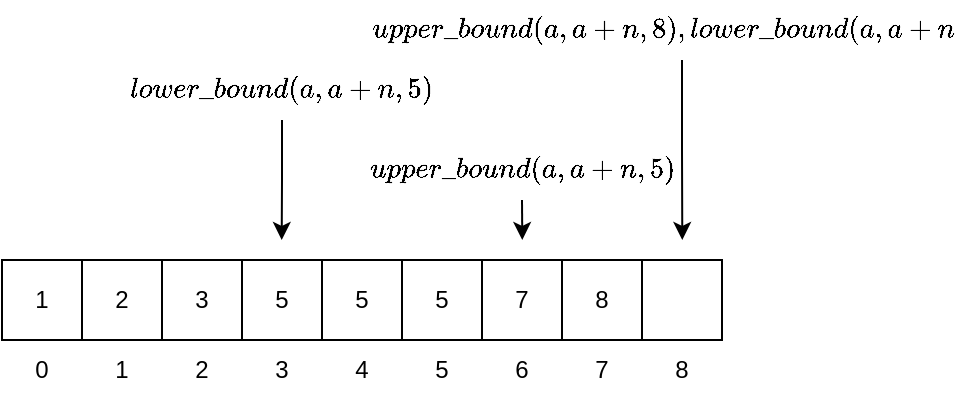
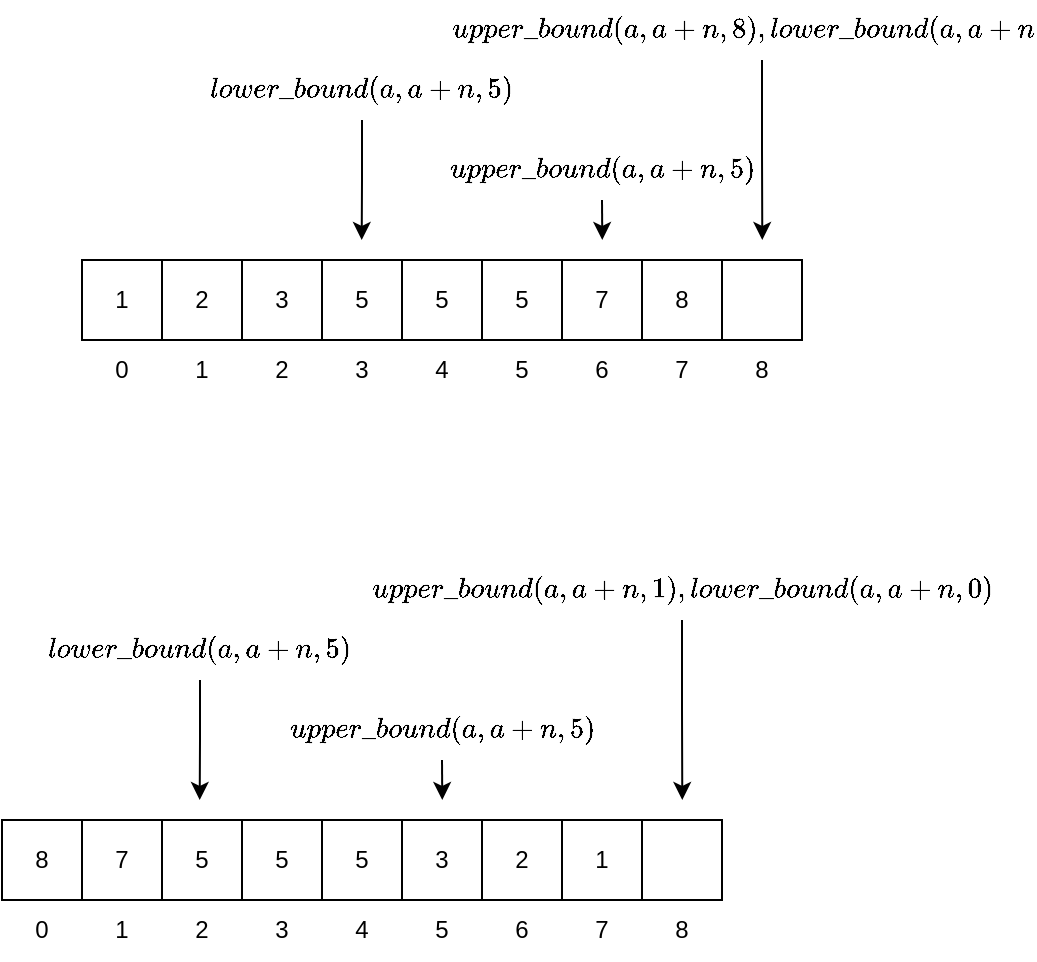
<mxfile host="app.diagrams.net">
  <diagram name="第 1 页" id="_5hdSH4rgQcke_z0tQup">
-     <mxGraphModel dx="710" dy="853" grid="0" gridSize="10" guides="1" tooltips="1" connect="1" arrows="1" fold="1" page="0" pageScale="1" pageWidth="827" pageHeight="1169" math="1" shadow="0">
+     <mxGraphModel dx="870" dy="853" grid="0" gridSize="10" guides="1" tooltips="1" connect="1" arrows="1" fold="1" page="0" pageScale="1" pageWidth="827" pageHeight="1169" math="1" shadow="0">
      <root>
        <mxCell id="0" />
        <mxCell id="1" parent="0" />
        <mxCell id="iw1IDKRM0u61SAizau9K-1" parent="1" style="rounded=0;whiteSpace=wrap;html=1;" value="1" vertex="1">
          <mxGeometry height="40" width="40" x="240" y="120" as="geometry" />
        </mxCell>
        <mxCell id="iw1IDKRM0u61SAizau9K-2" parent="1" style="rounded=0;whiteSpace=wrap;html=1;" value="2" vertex="1">
          <mxGeometry height="40" width="40" x="280" y="120" as="geometry" />
        </mxCell>
        <mxCell id="iw1IDKRM0u61SAizau9K-3" parent="1" style="rounded=0;whiteSpace=wrap;html=1;" value="3" vertex="1">
          <mxGeometry height="40" width="40" x="320" y="120" as="geometry" />
        </mxCell>
        <mxCell id="iw1IDKRM0u61SAizau9K-4" parent="1" style="rounded=0;whiteSpace=wrap;html=1;" value="5" vertex="1">
          <mxGeometry height="40" width="40" x="360" y="120" as="geometry" />
        </mxCell>
        <mxCell id="iw1IDKRM0u61SAizau9K-5" parent="1" style="rounded=0;whiteSpace=wrap;html=1;" value="5" vertex="1">
          <mxGeometry height="40" width="40" x="400" y="120" as="geometry" />
        </mxCell>
        <mxCell id="iw1IDKRM0u61SAizau9K-6" parent="1" style="rounded=0;whiteSpace=wrap;html=1;" value="5" vertex="1">
          <mxGeometry height="40" width="40" x="440" y="120" as="geometry" />
        </mxCell>
        <mxCell id="iw1IDKRM0u61SAizau9K-7" parent="1" style="rounded=0;whiteSpace=wrap;html=1;" value="7" vertex="1">
          <mxGeometry height="40" width="40" x="480" y="120" as="geometry" />
        </mxCell>
        <mxCell id="iw1IDKRM0u61SAizau9K-8" parent="1" style="rounded=0;whiteSpace=wrap;html=1;" value="8" vertex="1">
          <mxGeometry height="40" width="40" x="520" y="120" as="geometry" />
        </mxCell>
        <mxCell id="iw1IDKRM0u61SAizau9K-11" parent="1" style="text;html=1;whiteSpace=wrap;strokeColor=none;fillColor=none;align=center;verticalAlign=middle;rounded=0;" value="0" vertex="1">
          <mxGeometry height="30" width="40" x="240" y="160" as="geometry" />
        </mxCell>
        <mxCell id="iw1IDKRM0u61SAizau9K-12" parent="1" style="text;html=1;whiteSpace=wrap;strokeColor=none;fillColor=none;align=center;verticalAlign=middle;rounded=0;" value="1" vertex="1">
          <mxGeometry height="30" width="40" x="280" y="160" as="geometry" />
        </mxCell>
        <mxCell id="iw1IDKRM0u61SAizau9K-13" parent="1" style="text;html=1;whiteSpace=wrap;strokeColor=none;fillColor=none;align=center;verticalAlign=middle;rounded=0;" value="2" vertex="1">
          <mxGeometry height="30" width="40" x="320" y="160" as="geometry" />
        </mxCell>
        <mxCell id="iw1IDKRM0u61SAizau9K-14" parent="1" style="text;html=1;whiteSpace=wrap;strokeColor=none;fillColor=none;align=center;verticalAlign=middle;rounded=0;" value="3" vertex="1">
          <mxGeometry height="30" width="40" x="360" y="160" as="geometry" />
        </mxCell>
        <mxCell id="iw1IDKRM0u61SAizau9K-15" parent="1" style="text;html=1;whiteSpace=wrap;strokeColor=none;fillColor=none;align=center;verticalAlign=middle;rounded=0;" value="4" vertex="1">
          <mxGeometry height="30" width="40" x="400" y="160" as="geometry" />
        </mxCell>
        <mxCell id="iw1IDKRM0u61SAizau9K-16" parent="1" style="text;html=1;whiteSpace=wrap;strokeColor=none;fillColor=none;align=center;verticalAlign=middle;rounded=0;" value="5" vertex="1">
          <mxGeometry height="30" width="40" x="440" y="160" as="geometry" />
        </mxCell>
        <mxCell id="iw1IDKRM0u61SAizau9K-17" parent="1" style="text;html=1;whiteSpace=wrap;strokeColor=none;fillColor=none;align=center;verticalAlign=middle;rounded=0;" value="6" vertex="1">
          <mxGeometry height="30" width="40" x="480" y="160" as="geometry" />
        </mxCell>
        <mxCell id="iw1IDKRM0u61SAizau9K-18" parent="1" style="text;html=1;whiteSpace=wrap;strokeColor=none;fillColor=none;align=center;verticalAlign=middle;rounded=0;" value="7" vertex="1">
          <mxGeometry height="30" width="40" x="520" y="160" as="geometry" />
        </mxCell>
        <mxCell id="iw1IDKRM0u61SAizau9K-19" parent="1" style="whiteSpace=wrap;html=1;" value="" vertex="1">
          <mxGeometry height="40" width="40" x="560" y="120" as="geometry" />
        </mxCell>
        <mxCell id="iw1IDKRM0u61SAizau9K-20" parent="1" style="text;html=1;whiteSpace=wrap;strokeColor=none;fillColor=none;align=center;verticalAlign=middle;rounded=0;" value="8" vertex="1">
          <mxGeometry height="30" width="40" x="560" y="160" as="geometry" />
        </mxCell>
        <mxCell id="iw1IDKRM0u61SAizau9K-26" edge="1" parent="1" source="iw1IDKRM0u61SAizau9K-22" style="edgeStyle=orthogonalEdgeStyle;rounded=0;orthogonalLoop=1;jettySize=auto;html=1;exitX=0.5;exitY=1;exitDx=0;exitDy=0;">
          <mxGeometry relative="1" as="geometry">
            <mxPoint x="379.8571428571429" y="110" as="targetPoint" />
          </mxGeometry>
        </mxCell>
        <mxCell id="iw1IDKRM0u61SAizau9K-22" parent="1" style="text;html=1;whiteSpace=wrap;strokeColor=none;fillColor=none;align=center;verticalAlign=middle;rounded=0;" value="$$lower\_bound(a,a+n,5)$$" vertex="1">
          <mxGeometry height="30" width="60" x="350" y="20" as="geometry" />
        </mxCell>
        <mxCell id="iw1IDKRM0u61SAizau9K-27" edge="1" parent="1" source="iw1IDKRM0u61SAizau9K-24" style="edgeStyle=orthogonalEdgeStyle;rounded=0;orthogonalLoop=1;jettySize=auto;html=1;exitX=0.5;exitY=1;exitDx=0;exitDy=0;">
          <mxGeometry relative="1" as="geometry">
            <mxPoint x="500.1428571428571" y="110" as="targetPoint" />
          </mxGeometry>
        </mxCell>
        <mxCell id="iw1IDKRM0u61SAizau9K-24" parent="1" style="text;html=1;whiteSpace=wrap;strokeColor=none;fillColor=none;align=center;verticalAlign=middle;rounded=0;" value="$$upper\_bound(a,a+n,5)$$" vertex="1">
          <mxGeometry height="30" width="60" x="470" y="60" as="geometry" />
        </mxCell>
        <mxCell id="iw1IDKRM0u61SAizau9K-31" edge="1" parent="1" source="iw1IDKRM0u61SAizau9K-28" style="edgeStyle=orthogonalEdgeStyle;rounded=0;orthogonalLoop=1;jettySize=auto;html=1;exitX=0.5;exitY=1;exitDx=0;exitDy=0;">
          <mxGeometry relative="1" as="geometry">
            <mxPoint x="580.1428571428571" y="110" as="targetPoint" />
          </mxGeometry>
        </mxCell>
        <mxCell id="iw1IDKRM0u61SAizau9K-28" parent="1" style="text;html=1;whiteSpace=wrap;strokeColor=none;fillColor=none;align=center;verticalAlign=middle;rounded=0;" value="$$upper\_bound(a,a+n,8),lower\_bound(a,a+n,9)$$" vertex="1">
          <mxGeometry height="30" width="60" x="550" y="-10" as="geometry" />
        </mxCell>
+         <mxCell id="rlXgDd7cchW0hK7_V12z-1" parent="1" style="rounded=0;whiteSpace=wrap;html=1;" value="8" vertex="1">
+           <mxGeometry height="40" width="40" x="200" y="400" as="geometry" />
+         </mxCell>
+         <mxCell id="rlXgDd7cchW0hK7_V12z-2" parent="1" style="rounded=0;whiteSpace=wrap;html=1;" value="7" vertex="1">
+           <mxGeometry height="40" width="40" x="240" y="400" as="geometry" />
+         </mxCell>
+         <mxCell id="rlXgDd7cchW0hK7_V12z-3" parent="1" style="rounded=0;whiteSpace=wrap;html=1;" value="5" vertex="1">
+           <mxGeometry height="40" width="40" x="280" y="400" as="geometry" />
+         </mxCell>
+         <mxCell id="rlXgDd7cchW0hK7_V12z-4" parent="1" style="rounded=0;whiteSpace=wrap;html=1;" value="5" vertex="1">
+           <mxGeometry height="40" width="40" x="320" y="400" as="geometry" />
+         </mxCell>
+         <mxCell id="rlXgDd7cchW0hK7_V12z-5" parent="1" style="rounded=0;whiteSpace=wrap;html=1;" value="5" vertex="1">
+           <mxGeometry height="40" width="40" x="360" y="400" as="geometry" />
+         </mxCell>
+         <mxCell id="rlXgDd7cchW0hK7_V12z-6" parent="1" style="rounded=0;whiteSpace=wrap;html=1;" value="3" vertex="1">
+           <mxGeometry height="40" width="40" x="400" y="400" as="geometry" />
+         </mxCell>
+         <mxCell id="rlXgDd7cchW0hK7_V12z-7" parent="1" style="rounded=0;whiteSpace=wrap;html=1;" value="2" vertex="1">
+           <mxGeometry height="40" width="40" x="440" y="400" as="geometry" />
+         </mxCell>
+         <mxCell id="rlXgDd7cchW0hK7_V12z-8" parent="1" style="rounded=0;whiteSpace=wrap;html=1;" value="1" vertex="1">
+           <mxGeometry height="40" width="40" x="480" y="400" as="geometry" />
+         </mxCell>
+         <mxCell id="rlXgDd7cchW0hK7_V12z-9" parent="1" style="text;html=1;whiteSpace=wrap;strokeColor=none;fillColor=none;align=center;verticalAlign=middle;rounded=0;" value="0" vertex="1">
+           <mxGeometry height="30" width="40" x="200" y="440" as="geometry" />
+         </mxCell>
+         <mxCell id="rlXgDd7cchW0hK7_V12z-10" parent="1" style="text;html=1;whiteSpace=wrap;strokeColor=none;fillColor=none;align=center;verticalAlign=middle;rounded=0;" value="1" vertex="1">
+           <mxGeometry height="30" width="40" x="240" y="440" as="geometry" />
+         </mxCell>
+         <mxCell id="rlXgDd7cchW0hK7_V12z-11" parent="1" style="text;html=1;whiteSpace=wrap;strokeColor=none;fillColor=none;align=center;verticalAlign=middle;rounded=0;" value="2" vertex="1">
+           <mxGeometry height="30" width="40" x="280" y="440" as="geometry" />
+         </mxCell>
+         <mxCell id="rlXgDd7cchW0hK7_V12z-12" parent="1" style="text;html=1;whiteSpace=wrap;strokeColor=none;fillColor=none;align=center;verticalAlign=middle;rounded=0;" value="3" vertex="1">
+           <mxGeometry height="30" width="40" x="320" y="440" as="geometry" />
+         </mxCell>
+         <mxCell id="rlXgDd7cchW0hK7_V12z-13" parent="1" style="text;html=1;whiteSpace=wrap;strokeColor=none;fillColor=none;align=center;verticalAlign=middle;rounded=0;" value="4" vertex="1">
+           <mxGeometry height="30" width="40" x="360" y="440" as="geometry" />
+         </mxCell>
+         <mxCell id="rlXgDd7cchW0hK7_V12z-14" parent="1" style="text;html=1;whiteSpace=wrap;strokeColor=none;fillColor=none;align=center;verticalAlign=middle;rounded=0;" value="5" vertex="1">
+           <mxGeometry height="30" width="40" x="400" y="440" as="geometry" />
+         </mxCell>
+         <mxCell id="rlXgDd7cchW0hK7_V12z-15" parent="1" style="text;html=1;whiteSpace=wrap;strokeColor=none;fillColor=none;align=center;verticalAlign=middle;rounded=0;" value="6" vertex="1">
+           <mxGeometry height="30" width="40" x="440" y="440" as="geometry" />
+         </mxCell>
+         <mxCell id="rlXgDd7cchW0hK7_V12z-16" parent="1" style="text;html=1;whiteSpace=wrap;strokeColor=none;fillColor=none;align=center;verticalAlign=middle;rounded=0;" value="7" vertex="1">
+           <mxGeometry height="30" width="40" x="480" y="440" as="geometry" />
+         </mxCell>
+         <mxCell id="rlXgDd7cchW0hK7_V12z-17" parent="1" style="whiteSpace=wrap;html=1;" value="" vertex="1">
+           <mxGeometry height="40" width="40" x="520" y="400" as="geometry" />
+         </mxCell>
+         <mxCell id="rlXgDd7cchW0hK7_V12z-18" parent="1" style="text;html=1;whiteSpace=wrap;strokeColor=none;fillColor=none;align=center;verticalAlign=middle;rounded=0;" value="8" vertex="1">
+           <mxGeometry height="30" width="40" x="520" y="440" as="geometry" />
+         </mxCell>
+         <mxCell id="rlXgDd7cchW0hK7_V12z-19" edge="1" parent="1" source="rlXgDd7cchW0hK7_V12z-20" style="edgeStyle=orthogonalEdgeStyle;rounded=0;orthogonalLoop=1;jettySize=auto;html=1;exitX=0.5;exitY=1;exitDx=0;exitDy=0;">
+           <mxGeometry relative="1" as="geometry">
+             <mxPoint x="298.8571428571429" y="390" as="targetPoint" />
+           </mxGeometry>
+         </mxCell>
+         <mxCell id="rlXgDd7cchW0hK7_V12z-20" parent="1" style="text;html=1;whiteSpace=wrap;strokeColor=none;fillColor=none;align=center;verticalAlign=middle;rounded=0;" value="$$lower\_bound(a,a+n,5)$$" vertex="1">
+           <mxGeometry height="30" width="60" x="269" y="300" as="geometry" />
+         </mxCell>
+         <mxCell id="rlXgDd7cchW0hK7_V12z-21" edge="1" parent="1" source="rlXgDd7cchW0hK7_V12z-22" style="edgeStyle=orthogonalEdgeStyle;rounded=0;orthogonalLoop=1;jettySize=auto;html=1;exitX=0.5;exitY=1;exitDx=0;exitDy=0;">
+           <mxGeometry relative="1" as="geometry">
+             <mxPoint x="420.1428571428571" y="390" as="targetPoint" />
+           </mxGeometry>
+         </mxCell>
+         <mxCell id="rlXgDd7cchW0hK7_V12z-22" parent="1" style="text;html=1;whiteSpace=wrap;strokeColor=none;fillColor=none;align=center;verticalAlign=middle;rounded=0;" value="$$upper\_bound(a,a+n,5)$$" vertex="1">
+           <mxGeometry height="30" width="60" x="390" y="340" as="geometry" />
+         </mxCell>
+         <mxCell id="rlXgDd7cchW0hK7_V12z-23" edge="1" parent="1" source="rlXgDd7cchW0hK7_V12z-24" style="edgeStyle=orthogonalEdgeStyle;rounded=0;orthogonalLoop=1;jettySize=auto;html=1;exitX=0.5;exitY=1;exitDx=0;exitDy=0;">
+           <mxGeometry relative="1" as="geometry">
+             <mxPoint x="540.1428571428571" y="390" as="targetPoint" />
+           </mxGeometry>
+         </mxCell>
+         <mxCell id="rlXgDd7cchW0hK7_V12z-24" parent="1" style="text;html=1;whiteSpace=wrap;strokeColor=none;fillColor=none;align=center;verticalAlign=middle;rounded=0;" value="$$upper\_bound(a,a+n,1),lower\_bound(a,a+n,0)$$" vertex="1">
+           <mxGeometry height="30" width="60" x="510" y="270" as="geometry" />
+         </mxCell>
      </root>
    </mxGraphModel>
  </diagram>
</mxfile>
